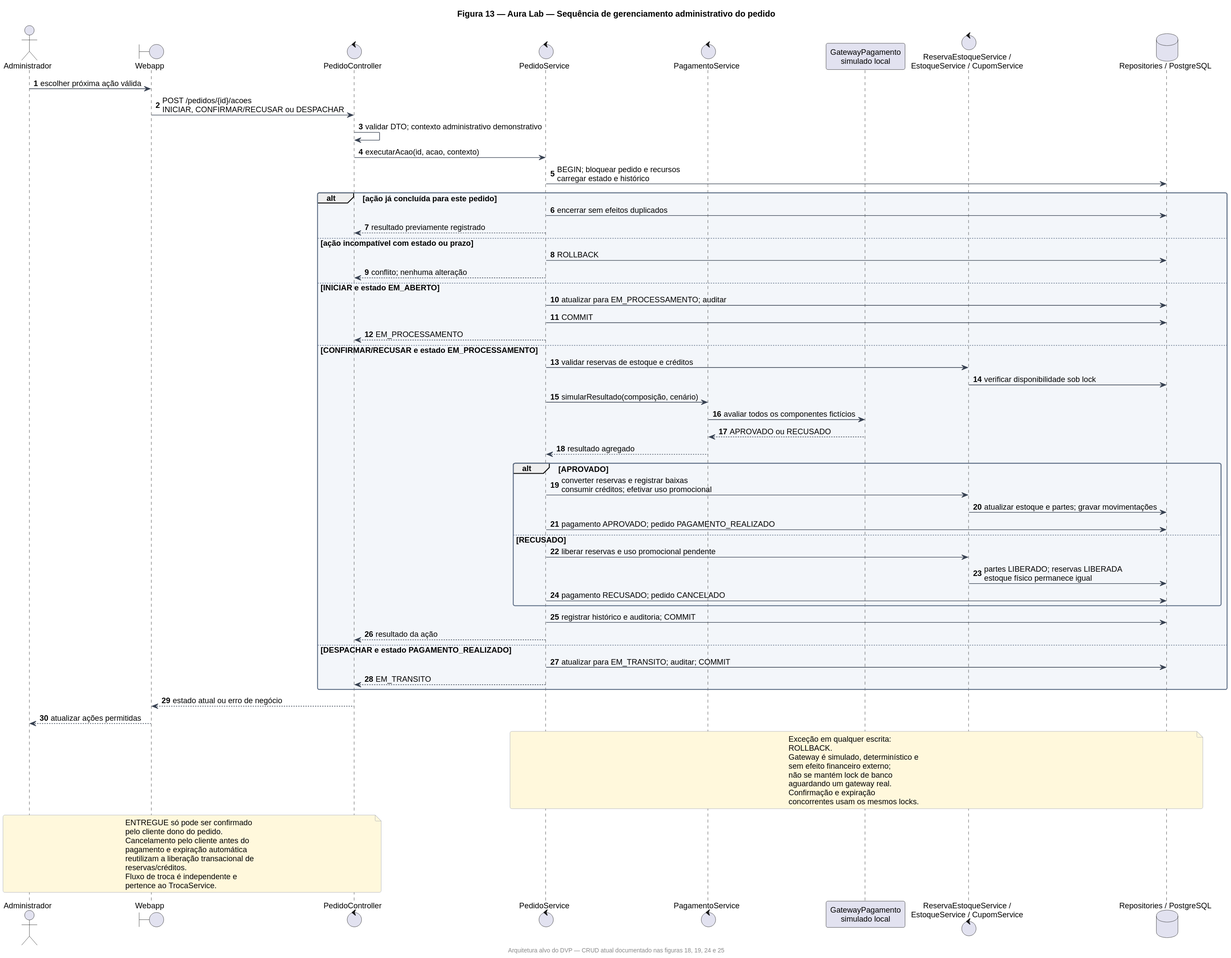
Before: docs/dvp-uml-2026/svg/13-sequencia-gerenciar-pedidos.svg, a diagram exported from PlantUML (krisnarane/Aura_Lab). Its diagram source:
```plantuml
@startuml
footer Arquitetura alvo do DVP — CRUD atual documentado nas figuras 18, 19, 24 e 25
skinparam backgroundColor white
skinparam shadowing false
skinparam defaultFontName Arial
skinparam defaultFontSize 13
skinparam ArrowColor #374151
skinparam packageStyle rectangle
skinparam componentStyle rectangle
skinparam classAttributeIconSize 0
skinparam roundcorner 6
skinparam NoteBackgroundColor #FFF8DC
skinparam NoteBorderColor #9CA3AF
skinparam PackageBackgroundColor #F3F6FA
skinparam PackageBorderColor #64748B
skinparam ClassBackgroundColor #FFFFFF
skinparam ClassBorderColor #64748B
skinparam wrapWidth 220

title Figura 13 — Aura Lab — Sequência de gerenciamento administrativo do pedido

autonumber
actor Administrador as Admin
boundary Webapp
control PedidoController as API
control PedidoService as Pedido
control PagamentoService as Pagamento
participant "GatewayPagamento\nsimulado local" as Gateway
control "ReservaEstoqueService /\nEstoqueService / CupomService" as Recursos
database "Repositories / PostgreSQL" as DB
Admin -> Webapp : escolher próxima ação válida
Webapp -> API : POST /pedidos/{id}/acoes\nINICIAR, CONFIRMAR/RECUSAR ou DESPACHAR
API -> API : validar DTO; contexto administrativo demonstrativo
API -> Pedido : executarAcao(id, acao, contexto)
Pedido -> DB : BEGIN; bloquear pedido e recursos\ncarregar estado e histórico
alt ação já concluída para este pedido
  Pedido -> DB : encerrar sem efeitos duplicados
  Pedido --> API : resultado previamente registrado
else ação incompatível com estado ou prazo
  Pedido -> DB : ROLLBACK
  Pedido --> API : conflito; nenhuma alteração
else INICIAR e estado EM_ABERTO
  Pedido -> DB : atualizar para EM_PROCESSAMENTO; auditar
  Pedido -> DB : COMMIT
  Pedido --> API : EM_PROCESSAMENTO
else CONFIRMAR/RECUSAR e estado EM_PROCESSAMENTO
  Pedido -> Recursos : validar reservas de estoque e créditos
  Recursos -> DB : verificar disponibilidade sob lock
  Pedido -> Pagamento : simularResultado(composição, cenário)
  Pagamento -> Gateway : avaliar todos os componentes fictícios
  Gateway --> Pagamento : APROVADO ou RECUSADO
  Pagamento --> Pedido : resultado agregado
  alt APROVADO
    Pedido -> Recursos : converter reservas e registrar baixas\nconsumir créditos; efetivar uso promocional
    Recursos -> DB : atualizar estoque e partes; gravar movimentações
    Pedido -> DB : pagamento APROVADO; pedido PAGAMENTO_REALIZADO
  else RECUSADO
    Pedido -> Recursos : liberar reservas e uso promocional pendente
    Recursos -> DB : partes LIBERADO; reservas LIBERADA\nestoque físico permanece igual
    Pedido -> DB : pagamento RECUSADO; pedido CANCELADO
  end
  Pedido -> DB : registrar histórico e auditoria; COMMIT
  Pedido --> API : resultado da ação
else DESPACHAR e estado PAGAMENTO_REALIZADO
  Pedido -> DB : atualizar para EM_TRANSITO; auditar; COMMIT
  Pedido --> API : EM_TRANSITO
end
API --> Webapp : estado atual ou erro de negócio
Webapp --> Admin : atualizar ações permitidas
note over Pedido, DB
  Exceção em qualquer escrita: ROLLBACK.
  Gateway é simulado, determinístico e sem efeito financeiro externo;
  não se mantém lock de banco aguardando um gateway real.
  Confirmação e expiração concorrentes usam os mesmos locks.
end note
note over Admin, API
  ENTREGUE só pode ser confirmado pelo cliente dono do pedido.
  Cancelamento pelo cliente antes do pagamento e expiração automática
  reutilizam a liberação transacional de reservas/créditos.
  Fluxo de troca é independente e pertence ao TrocaService.
end note
@enduml
```
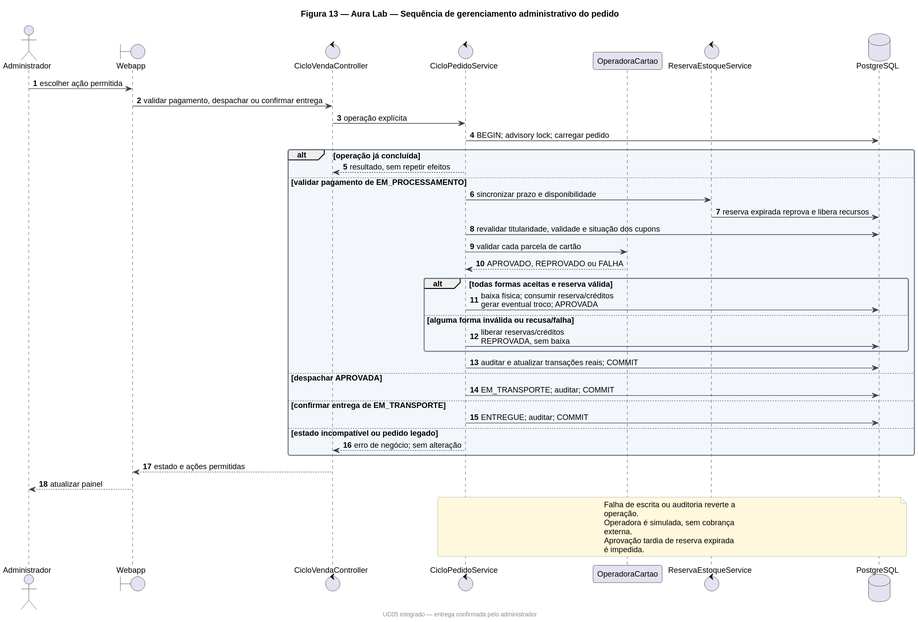
The same file after the commit.

Change to the diagram source:
```diff
@@ -1,5 +1,5 @@
 @startuml
-footer Arquitetura alvo do DVP — CRUD atual documentado nas figuras 18, 19, 24 e 25
+footer UC05 integrado — entrega confirmada pelo administrador
 skinparam backgroundColor white
 skinparam shadowing false
 skinparam defaultFontName Arial
@@ -22,61 +22,41 @@
 autonumber
 actor Administrador as Admin
 boundary Webapp
-control PedidoController as API
-control PedidoService as Pedido
-control PagamentoService as Pagamento
-participant "GatewayPagamento\nsimulado local" as Gateway
-control "ReservaEstoqueService /\nEstoqueService / CupomService" as Recursos
-database "Repositories / PostgreSQL" as DB
-Admin -> Webapp : escolher próxima ação válida
-Webapp -> API : POST /pedidos/{id}/acoes\nINICIAR, CONFIRMAR/RECUSAR ou DESPACHAR
-API -> API : validar DTO; contexto administrativo demonstrativo
-API -> Pedido : executarAcao(id, acao, contexto)
-Pedido -> DB : BEGIN; bloquear pedido e recursos\ncarregar estado e histórico
-alt ação já concluída para este pedido
-  Pedido -> DB : encerrar sem efeitos duplicados
-  Pedido --> API : resultado previamente registrado
-else ação incompatível com estado ou prazo
-  Pedido -> DB : ROLLBACK
-  Pedido --> API : conflito; nenhuma alteração
-else INICIAR e estado EM_ABERTO
-  Pedido -> DB : atualizar para EM_PROCESSAMENTO; auditar
-  Pedido -> DB : COMMIT
-  Pedido --> API : EM_PROCESSAMENTO
-else CONFIRMAR/RECUSAR e estado EM_PROCESSAMENTO
-  Pedido -> Recursos : validar reservas de estoque e créditos
-  Recursos -> DB : verificar disponibilidade sob lock
-  Pedido -> Pagamento : simularResultado(composição, cenário)
-  Pagamento -> Gateway : avaliar todos os componentes fictícios
-  Gateway --> Pagamento : APROVADO ou RECUSADO
-  Pagamento --> Pedido : resultado agregado
-  alt APROVADO
-    Pedido -> Recursos : converter reservas e registrar baixas\nconsumir créditos; efetivar uso promocional
-    Recursos -> DB : atualizar estoque e partes; gravar movimentações
-    Pedido -> DB : pagamento APROVADO; pedido PAGAMENTO_REALIZADO
-  else RECUSADO
-    Pedido -> Recursos : liberar reservas e uso promocional pendente
-    Recursos -> DB : partes LIBERADO; reservas LIBERADA\nestoque físico permanece igual
-    Pedido -> DB : pagamento RECUSADO; pedido CANCELADO
-  end
-  Pedido -> DB : registrar histórico e auditoria; COMMIT
-  Pedido --> API : resultado da ação
-else DESPACHAR e estado PAGAMENTO_REALIZADO
-  Pedido -> DB : atualizar para EM_TRANSITO; auditar; COMMIT
-  Pedido --> API : EM_TRANSITO
+control CicloVendaController as API
+control CicloPedidoService as Pedido
+participant OperadoraCartao as Gateway
+control ReservaEstoqueService as Reserva
+database PostgreSQL as DB
+Admin -> Webapp : escolher ação permitida
+Webapp -> API : validar pagamento, despachar ou confirmar entrega
+API -> Pedido : operação explícita
+Pedido -> DB : BEGIN; advisory lock; carregar pedido
+alt operação já concluída
+ Pedido --> API : resultado, sem repetir efeitos
+else validar pagamento de EM_PROCESSAMENTO
+ Pedido -> Reserva : sincronizar prazo e disponibilidade
+ Reserva -> DB : reserva expirada reprova e libera recursos
+ Pedido -> DB : revalidar titularidade, validade e situação dos cupons
+ Pedido -> Gateway : validar cada parcela de cartão
+ Gateway --> Pedido : APROVADO, REPROVADO ou FALHA
+ alt todas formas aceitas e reserva válida
+  Pedido -> DB : baixa física; consumir reserva/créditos\ngerar eventual troco; APROVADA
+ else alguma forma inválida ou recusa/falha
+  Pedido -> DB : liberar reservas/créditos\nREPROVADA, sem baixa
+ end
+ Pedido -> DB : auditar e atualizar transações reais; COMMIT
+else despachar APROVADA
+ Pedido -> DB : EM_TRANSPORTE; auditar; COMMIT
+else confirmar entrega de EM_TRANSPORTE
+ Pedido -> DB : ENTREGUE; auditar; COMMIT
+else estado incompatível ou pedido legado
+ Pedido --> API : erro de negócio; sem alteração
 end
-API --> Webapp : estado atual ou erro de negócio
-Webapp --> Admin : atualizar ações permitidas
+API --> Webapp : estado e ações permitidas
+Webapp --> Admin : atualizar painel
 note over Pedido, DB
-  Exceção em qualquer escrita: ROLLBACK.
-  Gateway é simulado, determinístico e sem efeito financeiro externo;
-  não se mantém lock de banco aguardando um gateway real.
-  Confirmação e expiração concorrentes usam os mesmos locks.
-end note
-note over Admin, API
-  ENTREGUE só pode ser confirmado pelo cliente dono do pedido.
-  Cancelamento pelo cliente antes do pagamento e expiração automática
-  reutilizam a liberação transacional de reservas/créditos.
-  Fluxo de troca é independente e pertence ao TrocaService.
+ Falha de escrita ou auditoria reverte a operação.
+ Operadora é simulada, sem cobrança externa.
+ Aprovação tardia de reserva expirada é impedida.
 end note
 @enduml
```
